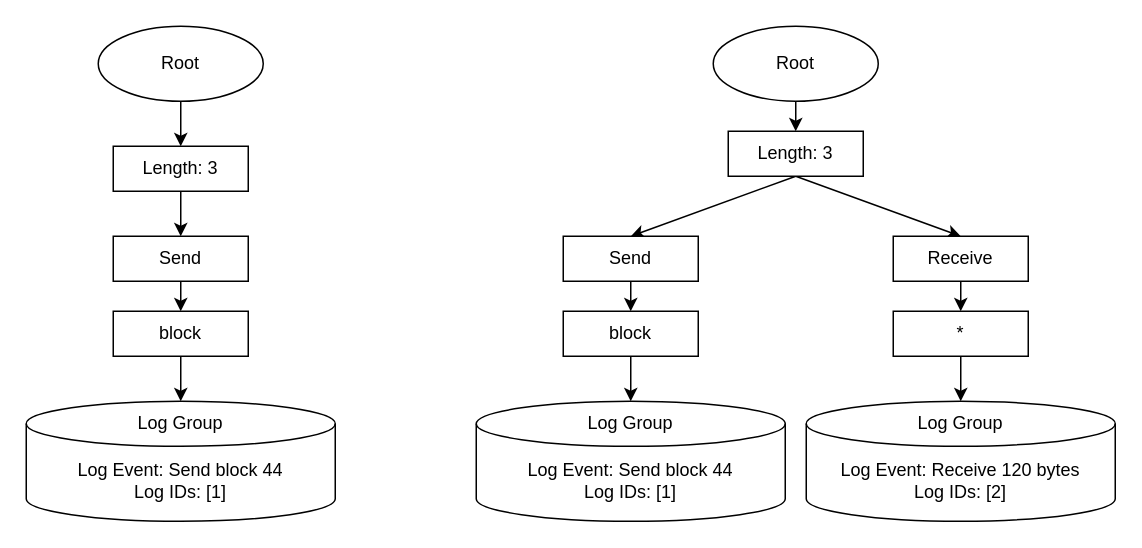
Above: 2.2.1-2.drawio in Gleiphir2769/my-draw (draw.io), before the change. Source tidied: cells renumbered, new cells numbered last; positions are measured from the earlier drawing's top-left corner, leaving out a move shared by most shapes. Both pictures are drawn from the tidied source at 150%, with x=0, y=0 at pixel (26, 26).
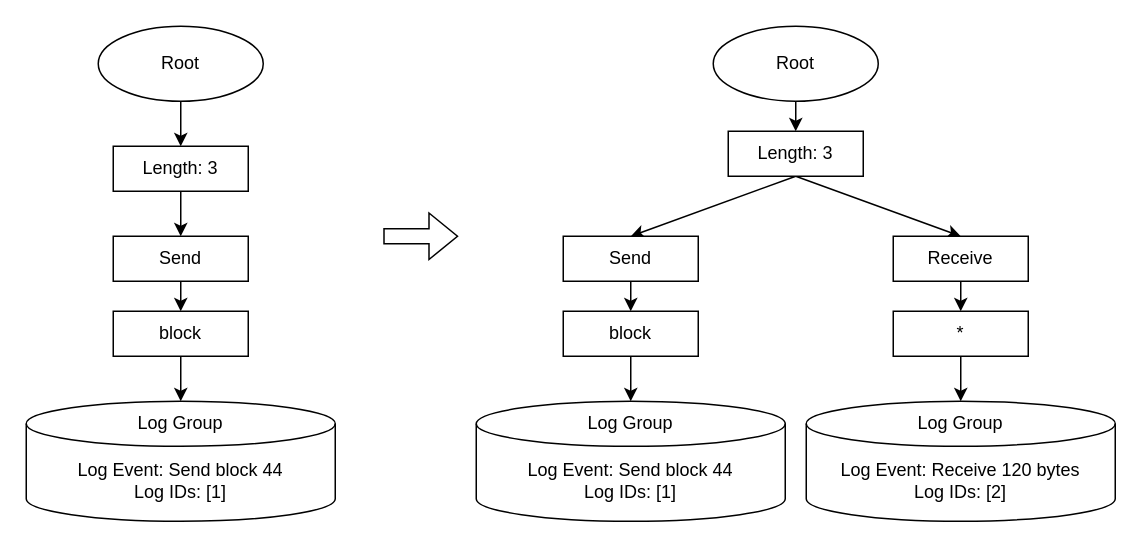
Above is the later version.

Diff of the diagram source:
```diff
@@
+    <mxCell id="29" style="shape=flexArrow;endArrow=classic;html=1;rounded=0;" parent="1" edge="1">
+      <mxGeometry relative="1" as="geometry">
+        <mxPoint x="238" y="140" as="sourcePoint" />
+        <mxPoint x="288" y="140" as="targetPoint" />
+      </mxGeometry>
+    </mxCell>
```
